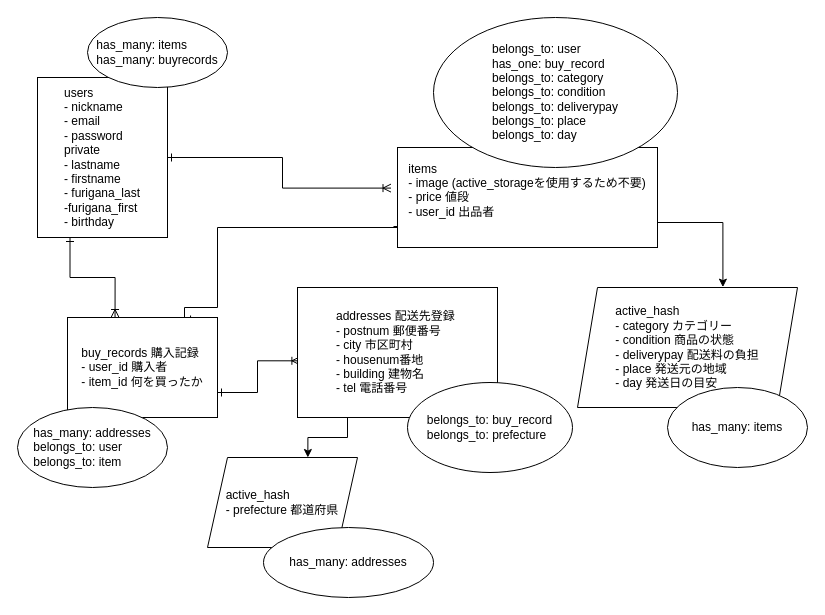
The draw.io diagram furima.dio in okan08/furima-28625, before the edit. Source tidied: cells renumbered, new cells numbered last; positions are measured from the earlier drawing's top-left corner, leaving out a move shared by most shapes. Both pictures are drawn from the tidied source at 100%, with x=0, y=0 at pixel (17, 17).
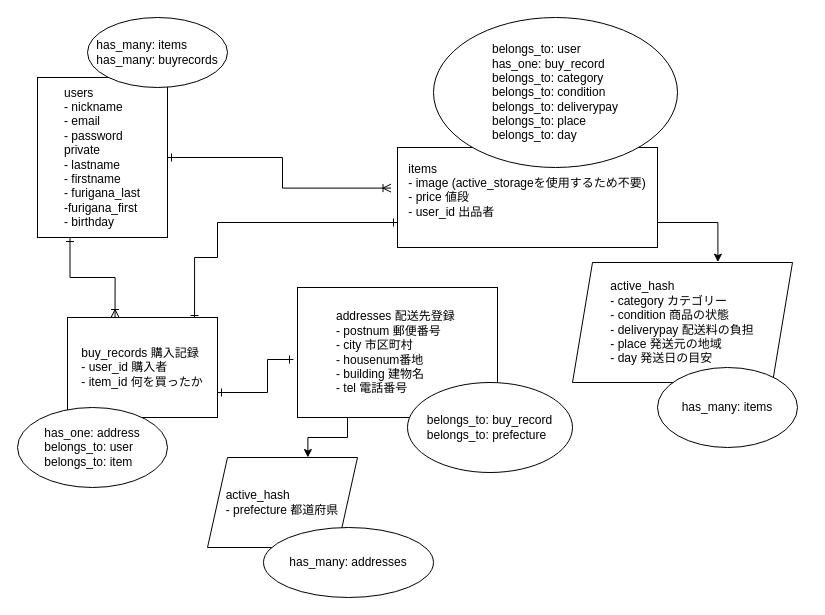
Above is the later version.

Commit message (it also covers changes not shown here):
テーブル設計修正②

The change refers to these unchanged cells:
```xml
<mxCell id="7" value="&lt;div style=&quot;text-align: justify&quot;&gt;items&lt;/div&gt;&lt;div style=&quot;text-align: justify&quot;&gt;&lt;span&gt;- image (active_storageを使用するため不要)&lt;/span&gt;&lt;/div&gt;&lt;div style=&quot;text-align: justify&quot;&gt;&lt;span&gt;- price 値段&lt;/span&gt;&lt;/div&gt;&lt;div style=&quot;text-align: justify&quot;&gt;&lt;span&gt;- user_id 出品者&lt;/span&gt;&lt;/div&gt;&lt;div style=&quot;text-align: justify&quot;&gt;&lt;br&gt;&lt;/div&gt;" style="rounded=0;whiteSpace=wrap;html=1;" parent="1" vertex="1">
  <mxGeometry x="380" y="130" width="260" height="100" as="geometry" />
</mxCell>
<mxCell id="9" value="&lt;div style=&quot;text-align: justify&quot;&gt;&lt;span&gt;buy_records 購入記録&lt;/span&gt;&lt;/div&gt;&lt;div style=&quot;text-align: justify&quot;&gt;&lt;span&gt;- user_id 購入者&lt;/span&gt;&lt;/div&gt;&lt;div style=&quot;text-align: justify&quot;&gt;&lt;span&gt;- item_id 何を買ったか&lt;/span&gt;&lt;/div&gt;" style="whiteSpace=wrap;html=1;" parent="1" vertex="1">
  <mxGeometry x="50" y="300" width="150" height="100" as="geometry" />
</mxCell>
<mxCell id="11" value="&lt;div style=&quot;text-align: justify&quot;&gt;&lt;span&gt;addresses 配送先登録&lt;/span&gt;&lt;span&gt;&amp;nbsp;&lt;/span&gt;&lt;/div&gt;&lt;div style=&quot;text-align: justify&quot;&gt;&lt;span&gt;- postnum 郵便番号&lt;/span&gt;&lt;/div&gt;&lt;div style=&quot;text-align: justify&quot;&gt;&lt;span&gt;- city 市区町村&lt;/span&gt;&lt;/div&gt;&lt;div style=&quot;text-align: justify&quot;&gt;&lt;span&gt;- housenum番地&lt;/span&gt;&lt;/div&gt;&lt;div style=&quot;text-align: justify&quot;&gt;&lt;span&gt;- building 建物名&lt;/span&gt;&lt;/div&gt;&lt;div style=&quot;text-align: justify&quot;&gt;&lt;span&gt;- tel 電話番号&lt;/span&gt;&lt;/div&gt;" style="whiteSpace=wrap;html=1;" parent="1" vertex="1">
  <mxGeometry x="280" y="270" width="200" height="130" as="geometry" />
</mxCell>
```

Change to the diagram source:
```diff
@@
     <mxCell id="5" style="edgeStyle=orthogonalEdgeStyle;rounded=0;jettySize=auto;html=1;exitX=0;exitY=0.75;exitDx=0;exitDy=0;entryX=0.847;entryY=0.02;entryDx=0;entryDy=0;entryPerimeter=0;startArrow=ERone;startFill=0;endArrow=ERone;endFill=0;" parent="1" edge="1" source="7" target="9">
       <mxGeometry relative="1" as="geometry">
         <Array as="points">
-          <mxPoint x="200" y="210" />
-          <mxPoint x="200" y="290" />
-          <mxPoint x="167" y="290" />
+          <mxPoint x="200" y="205" />
+          <mxPoint x="200" y="240" />
+          <mxPoint x="177" y="240" />
         </Array>
       </mxGeometry>
     </mxCell>
@@
-    <mxCell id="8" style="edgeStyle=orthogonalEdgeStyle;rounded=0;jettySize=auto;html=1;exitX=1;exitY=0.75;exitDx=0;exitDy=0;entryX=0.012;entryY=0.564;entryDx=0;entryDy=0;entryPerimeter=0;startArrow=ERone;startFill=0;endArrow=ERoneToMany;endFill=0;" parent="1" edge="1" source="9" target="11">
-      <mxGeometry relative="1" as="geometry" />
+    <mxCell id="8" style="edgeStyle=orthogonalEdgeStyle;rounded=0;jettySize=auto;html=1;exitX=1;exitY=0.75;exitDx=0;exitDy=0;startArrow=ERone;startFill=0;endArrow=ERone;endFill=0;" parent="1" edge="1" source="9">
+      <mxGeometry relative="1" as="geometry">
+        <mxPoint x="276" y="342" as="targetPoint" />
+        <Array as="points">
+          <mxPoint x="250" y="375" />
+          <mxPoint x="250" y="342" />
+        </Array>
+      </mxGeometry>
     </mxCell>
@@
-    <mxCell id="13" value="&lt;div style=&quot;text-align: justify&quot;&gt;&lt;span&gt;has_many: addresses&lt;/span&gt;&lt;/div&gt;&lt;div style=&quot;text-align: justify&quot;&gt;&lt;span&gt;belongs_to: user&lt;/span&gt;&lt;/div&gt;&lt;div style=&quot;text-align: justify&quot;&gt;&lt;span&gt;belongs_to: item&lt;/span&gt;&lt;/div&gt;" style="ellipse;whiteSpace=wrap;html=1;" parent="1" vertex="1">
+    <mxCell id="13" value="&lt;div style=&quot;text-align: justify&quot;&gt;&lt;span&gt;has_one: address&lt;/span&gt;&lt;/div&gt;&lt;div style=&quot;text-align: justify&quot;&gt;&lt;span&gt;belongs_to: user&lt;/span&gt;&lt;/div&gt;&lt;div style=&quot;text-align: justify&quot;&gt;&lt;span&gt;belongs_to: item&lt;/span&gt;&lt;/div&gt;" style="ellipse;whiteSpace=wrap;html=1;" parent="1" vertex="1">
       <mxGeometry y="390" width="150" height="80" as="geometry" />
     </mxCell>
@@
     <mxCell id="17" value="&lt;div style=&quot;text-align: justify&quot;&gt;&lt;span&gt;active_hash&lt;/span&gt;&lt;/div&gt;&lt;div style=&quot;text-align: justify&quot;&gt;- category カテゴリー&lt;/div&gt;&lt;div style=&quot;text-align: justify&quot;&gt;- condition 商品の状態&lt;/div&gt;&lt;div style=&quot;text-align: justify&quot;&gt;- deliverypay 配送料の負担&lt;/div&gt;&lt;div style=&quot;text-align: justify&quot;&gt;- place 発送元の地域&lt;/div&gt;&lt;div style=&quot;text-align: justify&quot;&gt;- day 発送日の目安&lt;/div&gt;" style="shape=parallelogram;perimeter=parallelogramPerimeter;whiteSpace=wrap;html=1;fixedSize=1;" parent="1" vertex="1">
-      <mxGeometry x="560" y="270" width="220" height="120" as="geometry" />
+      <mxGeometry x="555" y="245" width="220" height="120" as="geometry" />
     </mxCell>
     <mxCell id="18" value="has_many: items" style="ellipse;whiteSpace=wrap;html=1;" parent="1" vertex="1">
-      <mxGeometry x="650" y="370" width="140" height="80" as="geometry" />
+      <mxGeometry x="640" y="350" width="140" height="80" as="geometry" />
     </mxCell>
```
